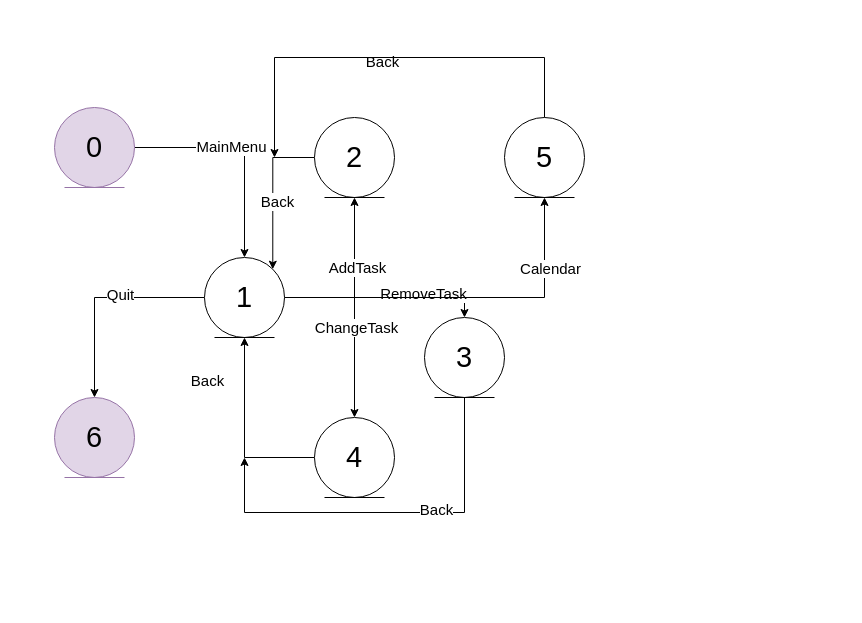
Above: usecase.drawio in Maxuha/NCTaskManager (draw.io), before the change. Source tidied: cells renumbered, new cells numbered last; positions are measured from the earlier drawing's top-left corner, leaving out a move shared by most shapes. Both pictures are drawn from the tidied source at 100%, with x=0, y=0 at pixel (54, 51).
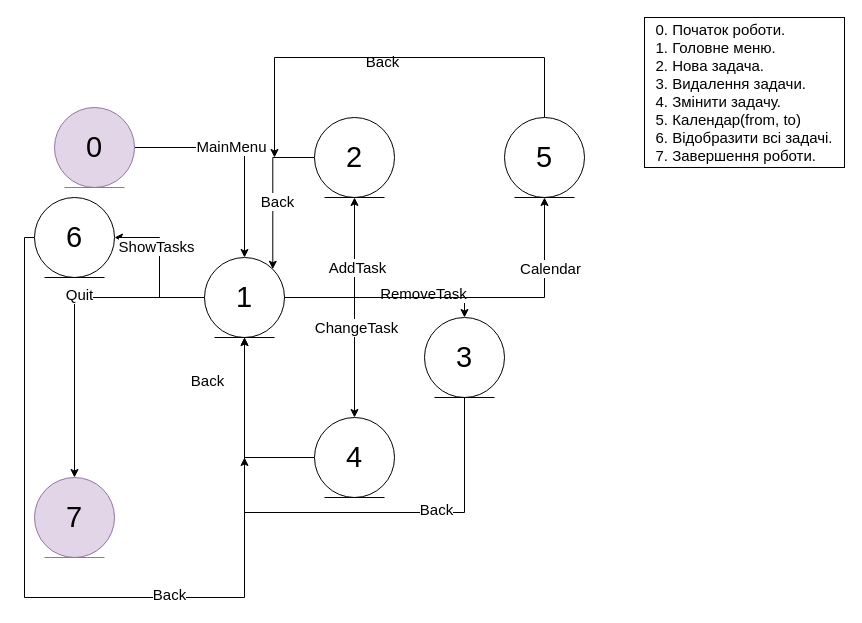
The same diagram, later.

The change refers to these unchanged cells:
```xml
<mxCell id="16" value="&lt;font style=&quot;font-size: 29px&quot;&gt;1&lt;/font&gt;" style="ellipse;shape=umlEntity;whiteSpace=wrap;html=1;" parent="1" vertex="1">
  <mxGeometry x="150" y="206" width="80" height="80" as="geometry" />
</mxCell>
```

What changed in the source:
```diff
@@
-    <mxCell id="5" value="&lt;font style=&quot;font-size: 29px&quot;&gt;6&lt;/font&gt;" style="ellipse;shape=umlEntity;whiteSpace=wrap;html=1;fillColor=#e1d5e7;strokeColor=#9673a6;" parent="1" vertex="1">
-      <mxGeometry y="346" width="80" height="80" as="geometry" />
+    <mxCell id="5" value="&lt;font style=&quot;font-size: 29px&quot;&gt;7&lt;/font&gt;" style="ellipse;shape=umlEntity;whiteSpace=wrap;html=1;fillColor=#e1d5e7;strokeColor=#9673a6;" parent="1" vertex="1">
+      <mxGeometry x="-20" y="426" width="80" height="80" as="geometry" />
     </mxCell>
@@
+    <mxCell id="29" style="edgeStyle=orthogonalEdgeStyle;rounded=0;jettySize=auto;html=1;entryX=1;entryY=0.5;entryDx=0;entryDy=0;" parent="1" edge="1" source="16" target="33">
+      <mxGeometry relative="1" as="geometry" />
+    </mxCell>
+    <mxCell id="30" value="ShowTasks" style="text;html=1;align=center;verticalAlign=middle;labelBackgroundColor=#ffffff;fontSize=15;" parent="29" vertex="1">
+      <mxGeometry x="0.29" y="4" relative="1" as="geometry" />
+    </mxCell>
@@
+    <mxCell id="31" style="edgeStyle=orthogonalEdgeStyle;rounded=0;jettySize=auto;html=1;entryX=0.5;entryY=1;entryDx=0;entryDy=0;" parent="1" edge="1" source="33" target="16">
+      <mxGeometry relative="1" as="geometry">
+        <Array as="points">
+          <mxPoint x="-30" y="186" />
+          <mxPoint x="-30" y="546" />
+          <mxPoint x="190" y="546" />
+        </Array>
+      </mxGeometry>
+    </mxCell>
+    <mxCell id="32" value="&lt;font style=&quot;font-size: 15px&quot;&gt;Back&lt;/font&gt;" style="text;html=1;align=center;verticalAlign=middle;labelBackgroundColor=#ffffff;" parent="31" vertex="1">
+      <mxGeometry x="0.21" y="4" relative="1" as="geometry" />
+    </mxCell>
+    <mxCell id="33" value="&lt;span style=&quot;font-size: 29px&quot;&gt;6&lt;/span&gt;" style="ellipse;shape=umlEntity;whiteSpace=wrap;html=1;" parent="1" vertex="1">
+      <mxGeometry x="-20" y="146" width="80" height="80" as="geometry" />
+    </mxCell>
+    <mxCell id="34" value="&lt;div style=&quot;text-align: justify&quot;&gt;0. Початок роботи.&lt;/div&gt;&lt;div style=&quot;text-align: justify&quot;&gt;1. Головне меню.&lt;/div&gt;&lt;div style=&quot;text-align: justify&quot;&gt;2. Нова задача.&lt;/div&gt;&lt;div style=&quot;text-align: justify&quot;&gt;3. Видалення задачи.&lt;/div&gt;&lt;div style=&quot;text-align: justify&quot;&gt;4. Змінити задачу.&lt;/div&gt;&lt;div style=&quot;text-align: justify&quot;&gt;5. Календар(from, to)&lt;/div&gt;&lt;div style=&quot;text-align: justify&quot;&gt;6. Відобразити всі задачі.&lt;/div&gt;&lt;div style=&quot;text-align: justify&quot;&gt;7. Завершення роботи.&lt;/div&gt;" style="rounded=0;whiteSpace=wrap;html=1;fontSize=15;align=center;" parent="1" vertex="1">
+      <mxGeometry x="590" y="-34" width="200" height="150" as="geometry" />
+    </mxCell>
```
